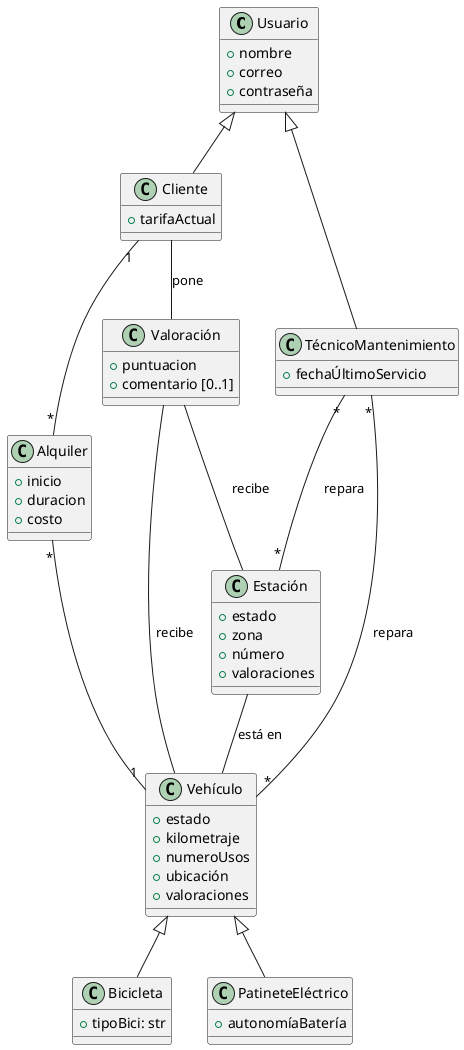
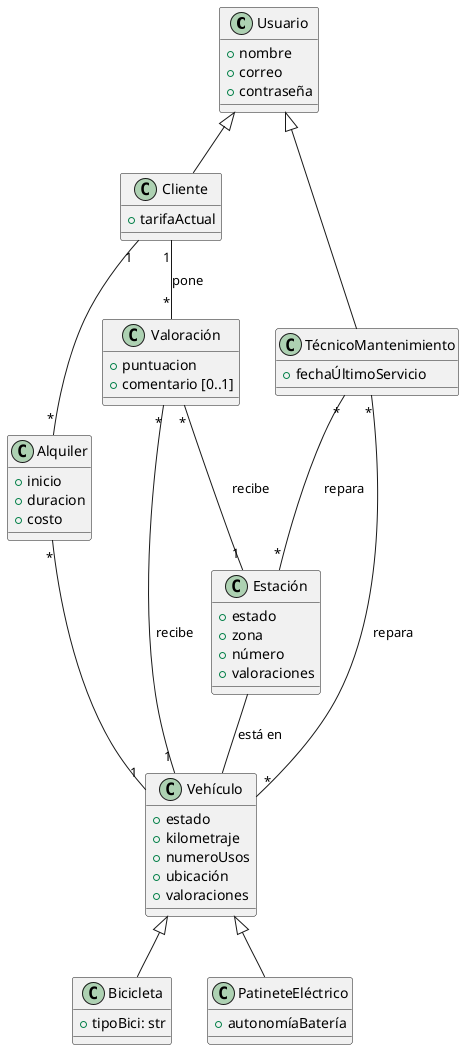
@startuml DiagramaClases

class Usuario {
    +nombre
    +correo
    +contraseña
}

class Cliente {
    +tarifaActual
}

class TécnicoMantenimiento {
    +fechaÚltimoServicio
}

class Valoración {
    +puntuacion
    +comentario [0..1]
}

class Alquiler {
    +inicio
    +duracion
    +costo
}

class Vehículo {
    +estado
    +kilometraje
    +numeroUsos
    +ubicación
    +valoraciones
}

class Estación {
    +estado
    +zona
    +número
    +valoraciones
}

class Bicicleta {
    +tipoBici: str
}

class PatineteEléctrico {
    +autonomíaBatería
}

Usuario <|-- Cliente
Usuario <|-- TécnicoMantenimiento

'Relación directa valoraciones'
- Cliente -- Valoración : pone
- Valoración -- Vehículo : recibe
- Valoración -- Estación : recibe
+ Cliente "1"--"*" Valoración : pone
+ Valoración "*"--"1" Vehículo : recibe
+ Valoración "*"--"1" Estación : recibe

Estación -- Vehículo : está en

'Relacion de Alquileres'
Cliente "1"--"*"  Alquiler
Alquiler "*"--"1" Vehículo

TécnicoMantenimiento "*"--"*" Estación : repara
TécnicoMantenimiento "*"--"*" Vehículo : repara


Vehículo <|-- Bicicleta
Vehículo <|-- PatineteEléctrico

@enduml